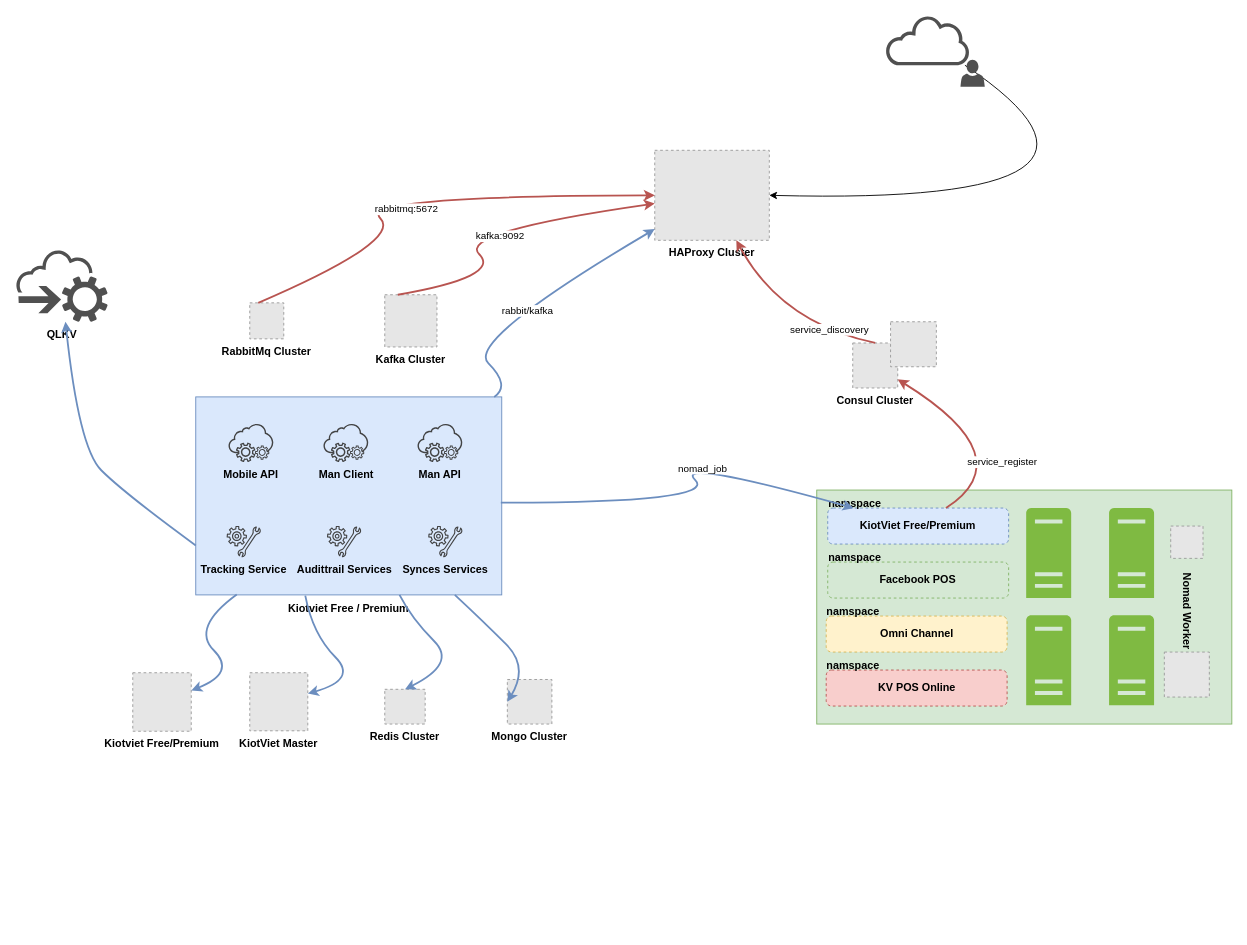
The draw.io diagram page "KiotViet Free/Premium" (1 of 5) of KOL.drawio in khinhvuphiduong/diagrams.net, before the edit. Source tidied: cells renumbered, new cells numbered last; positions are measured from the earlier drawing's top-left corner, leaving out a move shared by most shapes. Both pictures are drawn from the tidied source at 90%, with x=0, y=0 at pixel (15, 15). Pictures stored in the file or linked from it are replaced by grey dashed boxes.
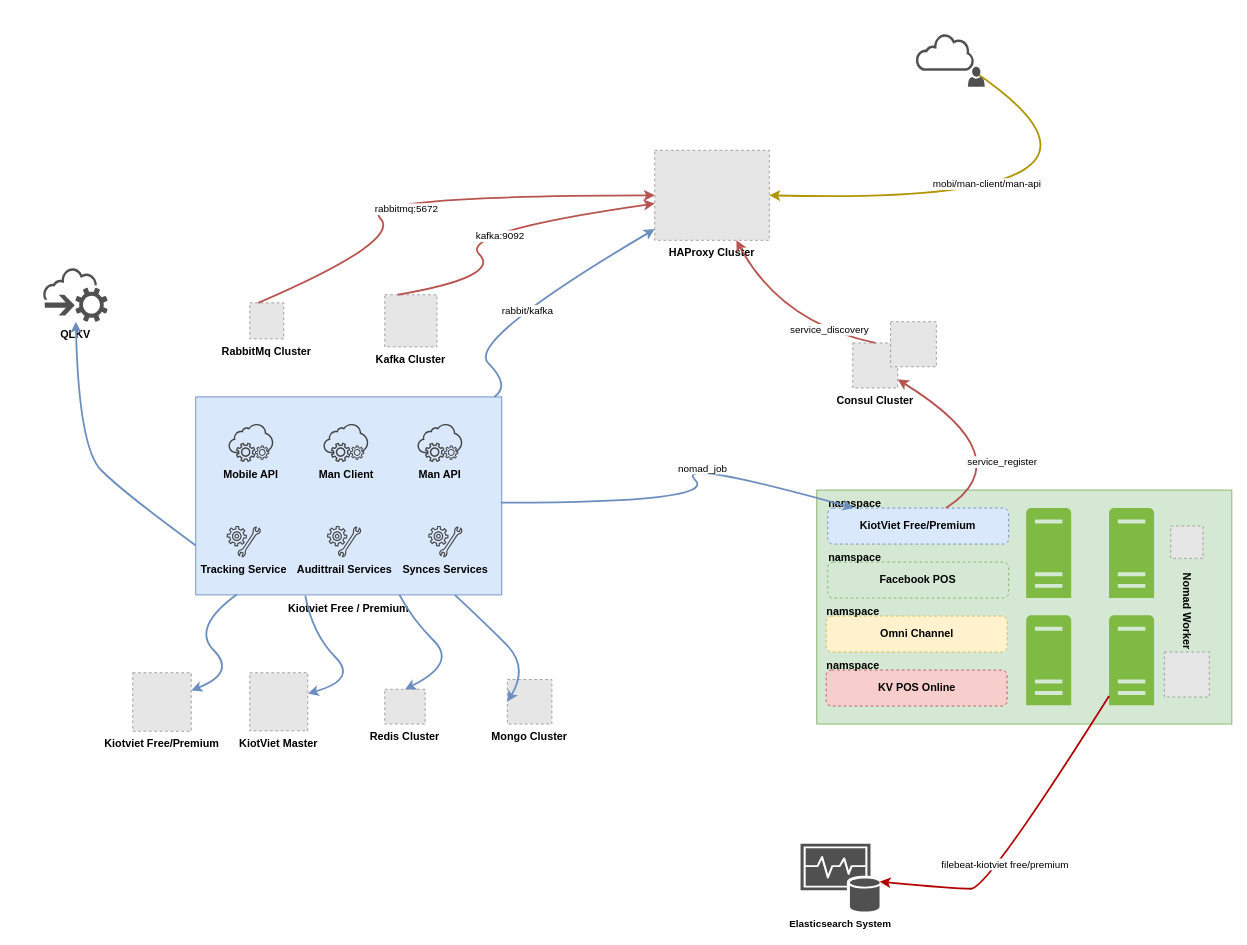
The same page after the edit.

The change refers to these unchanged cells:
```xml
<mxCell id="2" value="HAProxy Cluster" style="fillColor=#E6E6E6;strokeColor=#999999;dashed=1;verticalLabelPosition=bottom;labelBackgroundColor=default;verticalAlign=top;fontStyle=1;" parent="1" vertex="1">
  <mxGeometry x="710" y="149.5" width="127.3" height="100" as="geometry" />
</mxCell>
<mxCell id="23" style="sketch=0;shadow=0;dashed=0;html=1;strokeColor=none;labelPosition=center;verticalLabelPosition=bottom;verticalAlign=top;outlineConnect=0;align=center;shape=mxgraph.office.servers.server_generic;fillColor=#7FBA42;" parent="17" vertex="1">
  <mxGeometry x="92.1" y="119.1" width="50" height="100" as="geometry" />
</mxCell>
```

The edit, as a diff of the source:
```diff
@@
-    <mxCell id="43" style="curved=1;endArrow=classic;html=1;rounded=0;entryX=1;entryY=0.5;entryDx=0;entryDy=0;" parent="1" edge="1" source="55" target="2">
+    <mxCell id="43" style="curved=1;endArrow=classic;html=1;rounded=0;entryX=1;entryY=0.5;entryDx=0;entryDy=0;fillColor=#e3c800;strokeColor=#B09500;strokeWidth=2;" parent="1" edge="1" source="55" target="2">
       <mxGeometry relative="1" as="geometry">
         <Array as="points">
           <mxPoint x="1287" y="211" />
         </Array>
       </mxGeometry>
     </mxCell>
+    <mxCell id="66" value="mobi/man-client/man-api" style="edgeLabel;html=1;align=center;verticalAlign=middle;fontSize=11;fontFamily=Helvetica;fontColor=default;" parent="43" vertex="1">
+      <mxGeometry x="0.33" y="-19" relative="1" as="geometry" />
+    </mxCell>
@@
     <mxCell id="53" value="&lt;b&gt;QLKV&lt;/b&gt;" style="sketch=0;shadow=0;dashed=0;html=1;strokeColor=none;fillColor=#505050;labelPosition=center;verticalLabelPosition=bottom;outlineConnect=0;verticalAlign=top;align=center;shape=mxgraph.office.clouds.cloud_service_request;" parent="1" vertex="1">
-      <mxGeometry y="260" width="102" height="80" as="geometry" />
+      <mxGeometry x="30" y="280" width="72" height="60" as="geometry" />
     </mxCell>
     <mxCell id="54" style="group;" parent="1" vertex="1">
-      <mxGeometry x="966.7" width="110" height="79" as="geometry" />
+      <mxGeometry x="1000" y="20" width="76.7" height="59" as="geometry" />
     </mxCell>
     <mxCell id="55" style="sketch=0;shadow=0;dashed=0;html=1;strokeColor=none;fillColor=#505050;labelPosition=center;verticalLabelPosition=bottom;outlineConnect=0;verticalAlign=top;align=center;shape=mxgraph.office.clouds.cloud;" parent="54" vertex="1">
-      <mxGeometry width="94" height="55" as="geometry" />
+      <mxGeometry width="65.5" height="41.1" as="geometry" />
     </mxCell>
     <mxCell id="56" style="sketch=0;shadow=0;dashed=0;html=1;strokeColor=none;fillColor=#505050;labelPosition=center;verticalLabelPosition=bottom;verticalAlign=top;align=center;shape=mxgraph.office.users.user;fontFamily=Helvetica;fontSize=11;fontColor=default;" parent="54" vertex="1">
-      <mxGeometry x="83" y="49" width="27" height="30" as="geometry" />
+      <mxGeometry x="57.9" y="36.6" width="18.8" height="22.4" as="geometry" />
     </mxCell>
@@
+    <mxCell id="67" value="Elasticsearch System" style="sketch=0;shadow=0;dashed=0;html=1;strokeColor=none;fillColor=#505050;labelPosition=center;verticalLabelPosition=bottom;verticalAlign=top;outlineConnect=0;align=center;shape=mxgraph.office.databases.monitoring_store;fontFamily=Helvetica;fontSize=11;fontColor=default;fontStyle=1;" parent="1" vertex="1">
+      <mxGeometry x="872" y="920" width="88" height="76" as="geometry" />
+    </mxCell>
+    <mxCell id="68" style="curved=1;endArrow=classic;html=1;rounded=0;labelBackgroundColor=default;strokeColor=#B20000;strokeWidth=2;fontFamily=Helvetica;fontSize=11;fontColor=default;fillColor=#e51400;shape=connector;" parent="1" edge="1" source="23" target="67">
+      <mxGeometry relative="1" as="geometry">
+        <Array as="points">
+          <mxPoint x="1080" y="970" />
+          <mxPoint x="1042.8" y="970" />
+        </Array>
+      </mxGeometry>
+    </mxCell>
+    <mxCell id="69" value="filebeat-kiotviet free/premium" style="edgeLabel;html=1;align=center;verticalAlign=middle;fontSize=11;fontFamily=Helvetica;fontColor=default;" parent="68" vertex="1">
+      <mxGeometry x="0.18" y="1" relative="1" as="geometry" />
+    </mxCell>
```
